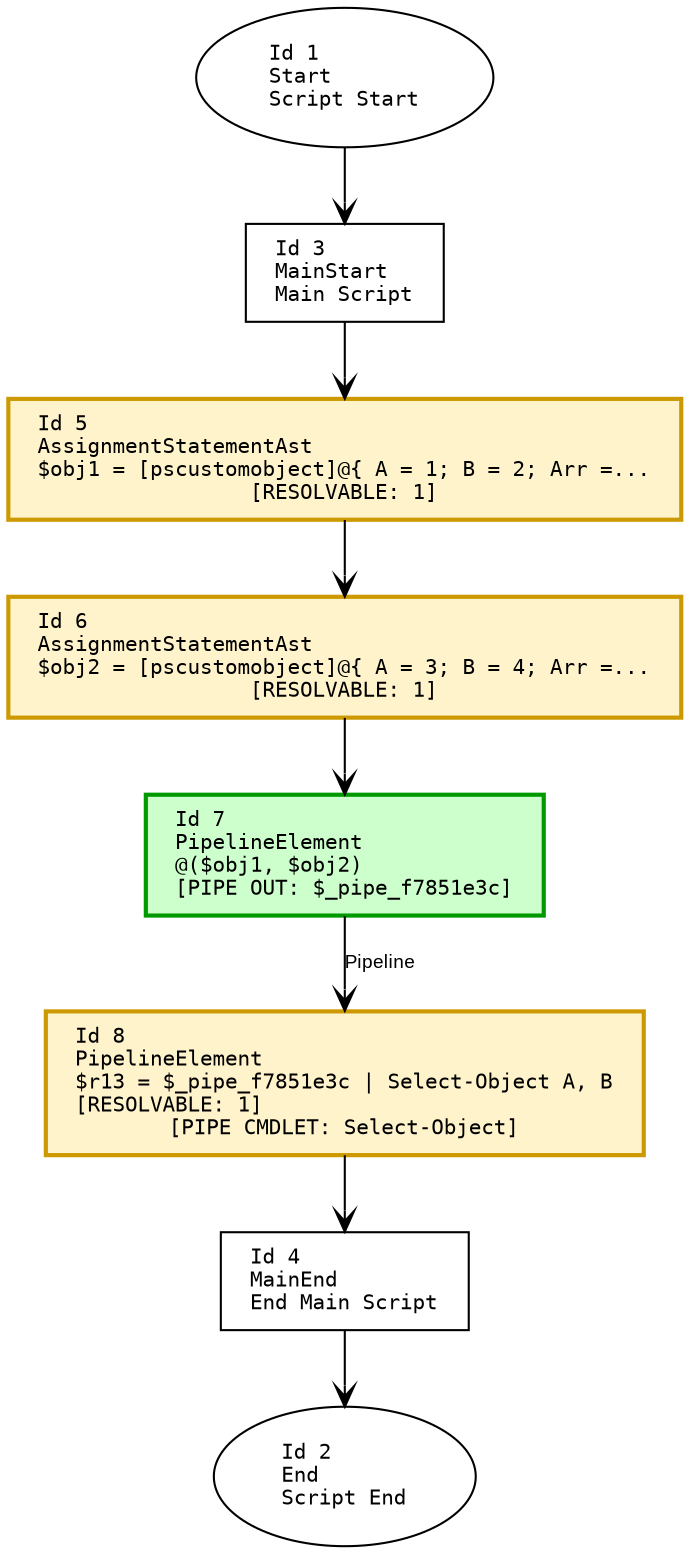
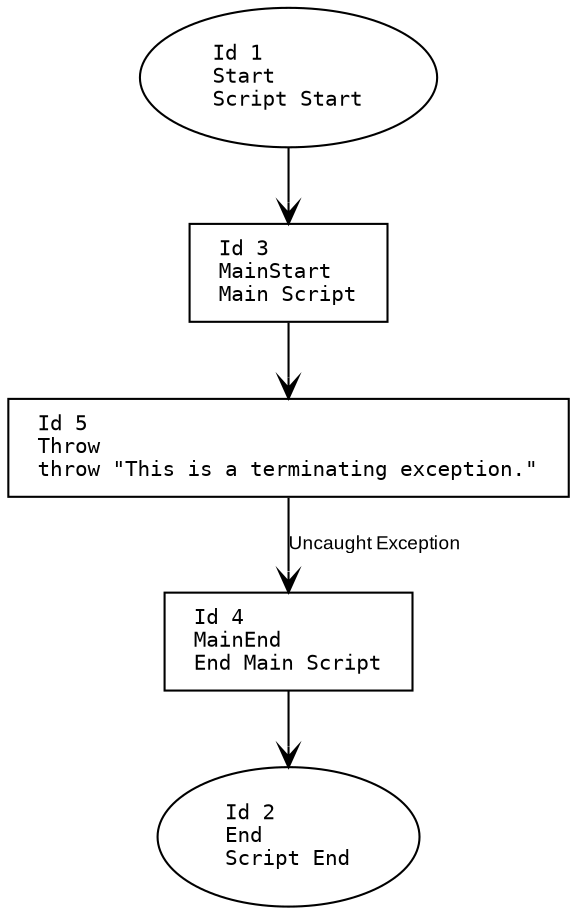
digraph G {
    rankdir=TB;
    node [
        fontname="Consolas"
        shape=box
        width=0
        height=0
        margin="0.2,0.1"
        fontsize=10
    ];
    edge [fontname="Arial", arrowhead=vee, fontsize=9];

    // Nodes
    1 [label="Id 1\lStart\lScript Start", shape=oval];
    2 [label="Id 2\lEnd\lScript End", shape=oval];
    3 [label="Id 3\lMainStart\lMain Script", shape=box];
    4 [label="Id 4\lMainEnd\lEnd Main Script", shape=box];
-     5 [label="Id 5\lAssignmentStatementAst\l$obj1 = [pscustomobject]@{ A = 1; B = 2; Arr =...\l[RESOLVABLE: 1]", shape=box, style=filled, fillcolor="#fff3cc", color="#cc9900", penwidth=2];
-     6 [label="Id 6\lAssignmentStatementAst\l$obj2 = [pscustomobject]@{ A = 3; B = 4; Arr =...\l[RESOLVABLE: 1]", shape=box, style=filled, fillcolor="#fff3cc", color="#cc9900", penwidth=2];
-     7 [label="Id 7\lPipelineElement\l@($obj1, $obj2)\l[PIPE OUT: $_pipe_f7851e3c]", shape=box, style=filled, fillcolor="#ccffcc", color="#009900", penwidth=2];
-     8 [label="Id 8\lPipelineElement\l$r13 = $_pipe_f7851e3c | Select-Object A, B\l[RESOLVABLE: 1]\l[PIPE CMDLET: Select-Object]", shape=box, style=filled, fillcolor="#fff3cc", color="#cc9900", penwidth=2];
+     5 [label="Id 5\lThrow\lthrow \"This is a terminating exception.\"", shape=box];

    // Edges
    1 -> 3;
    3 -> 5;
-     5 -> 6;
-     6 -> 7;
-     7 -> 8 [label="Pipeline"];
-     8 -> 4;
+     5 -> 4 [label="Uncaught Exception"];
    4 -> 2;
}